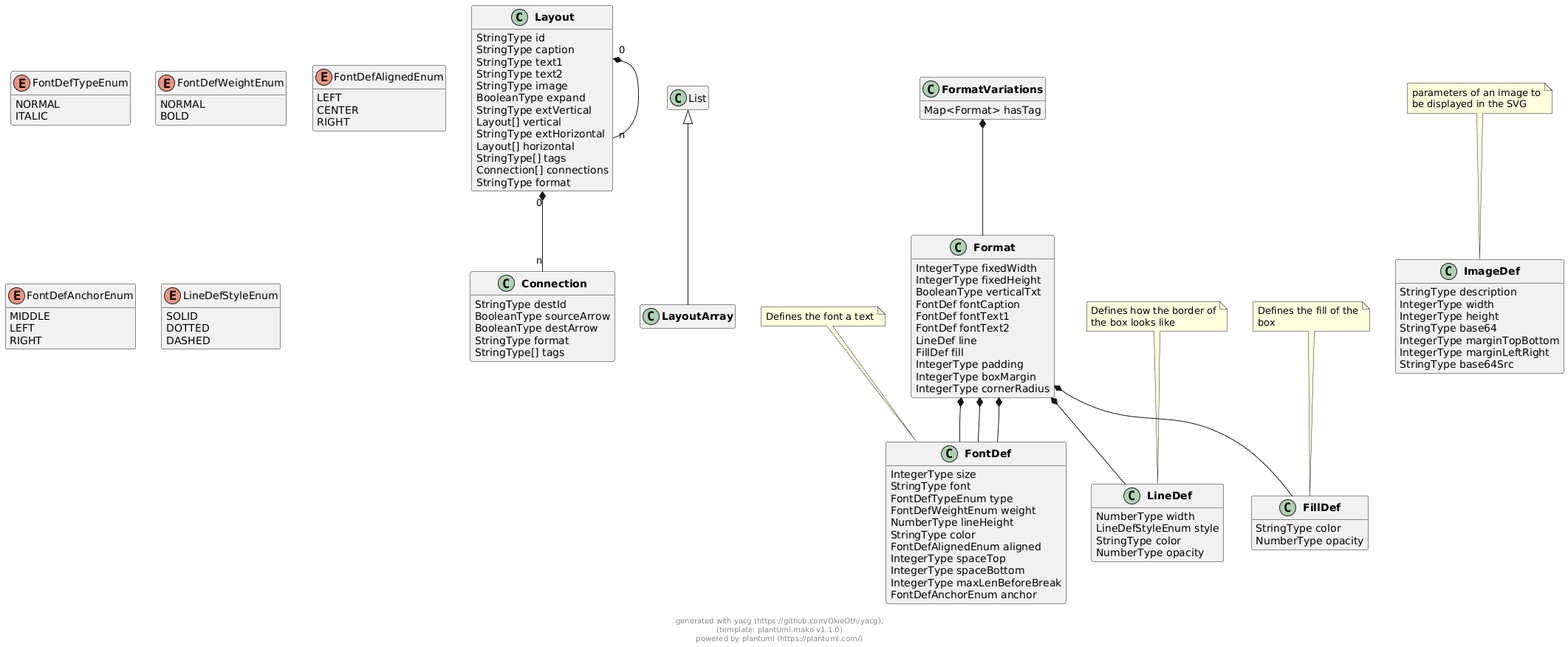
This is docs/models/png/externals.png from OkieOth/draw.chart.things, a PlantUML export, as it was before one commit.
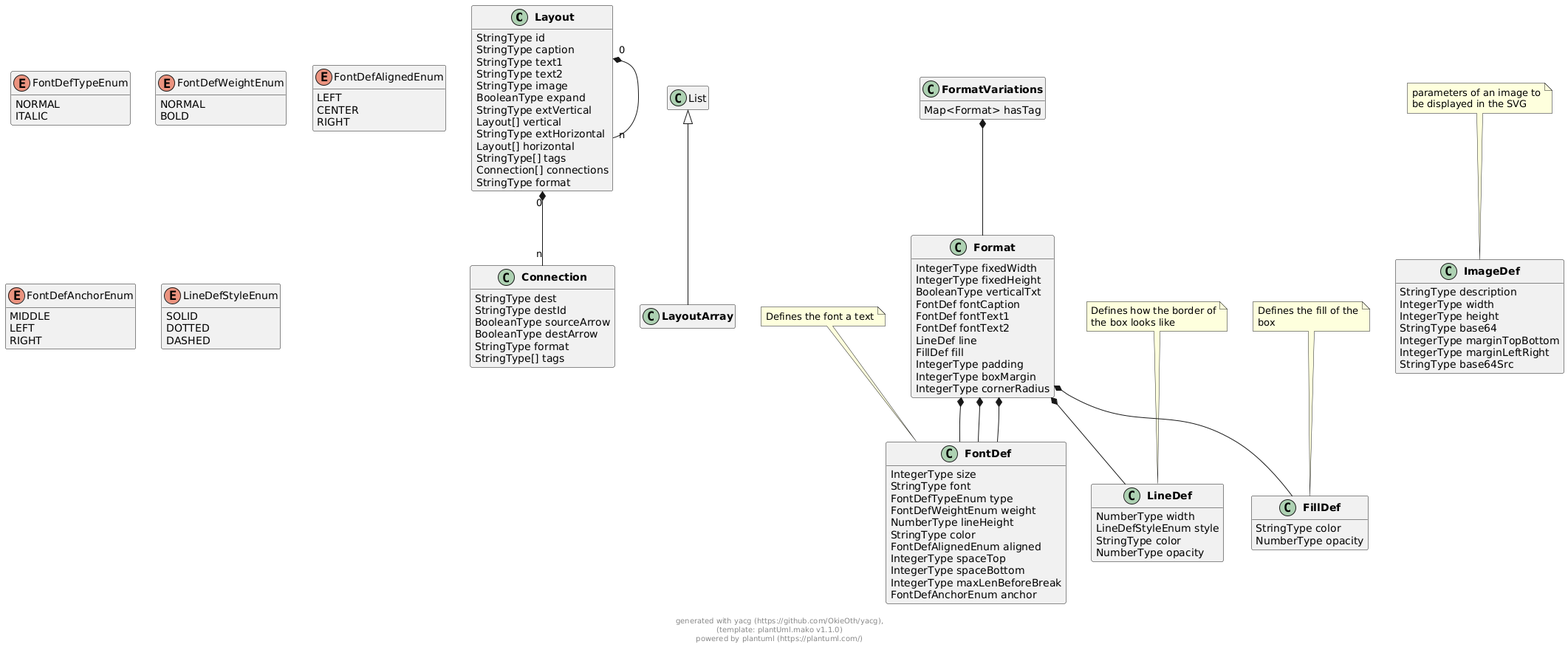
The same file after the commit.

The edit, as a diff of the source:
```diff
@@ -25,6 +25,7 @@
 }
 
 class "**Connection**" as Connection {
+        StringType dest
         StringType destId
         BooleanType sourceArrow
         BooleanType destArrow
@@ -161,6 +162,7 @@
 
 
 
+
 Format  *--  FontDef
 
 Format  *--  FontDef
```
